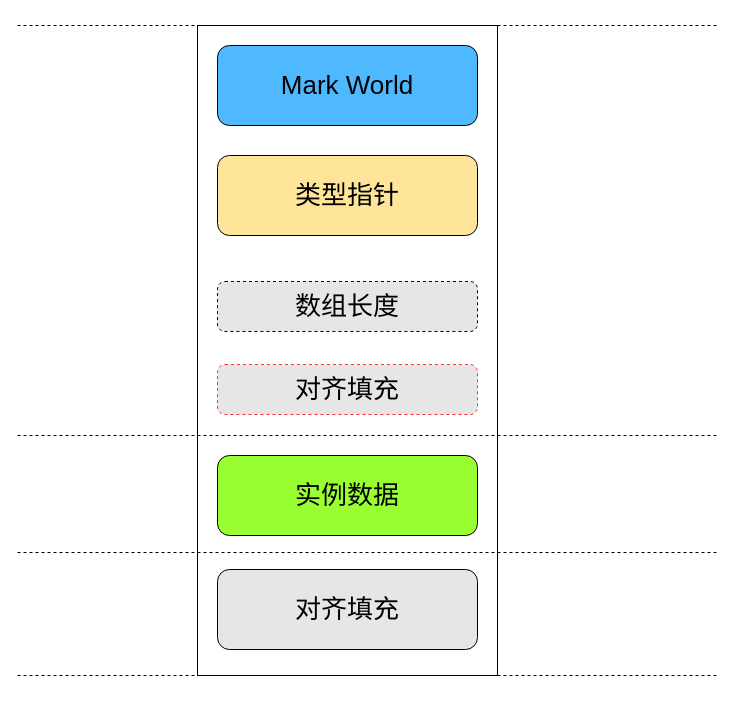
The draw.io diagram drawio/Java内存模型.drawio in JavaFamilyClub/assets, before the edit. Source tidied: cells renumbered, new cells numbered last; positions are measured from the earlier drawing's top-left corner, leaving out a move shared by most shapes. Both pictures are drawn from the tidied source at 100%, with x=0, y=0 at pixel (17, 25).
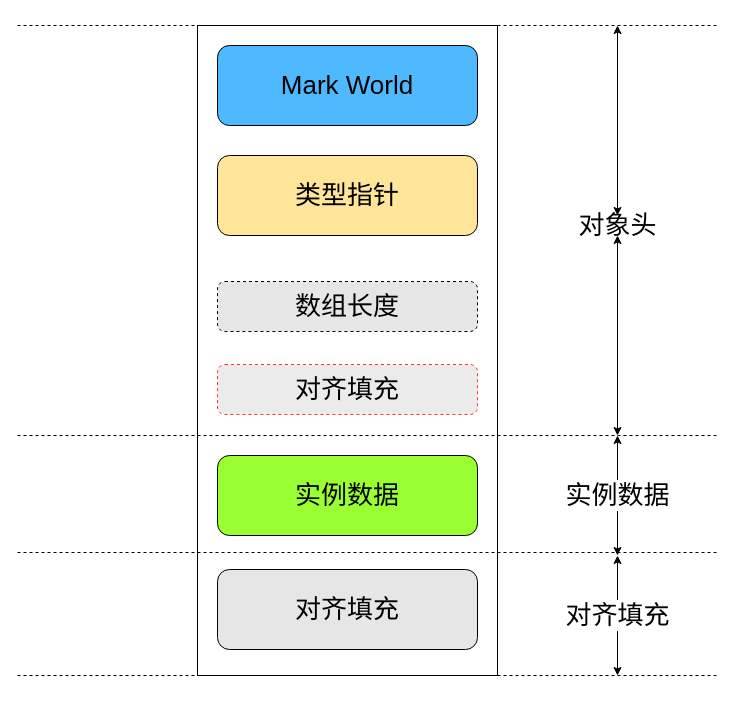
Above is the later version.

Commit message:
已添加 Java内存模型.drawio

What changed in the source:
```diff
@@
-    <mxCell id="4" value="&lt;font style=&quot;font-size: 26px&quot;&gt;对齐填充&lt;br&gt;&lt;/font&gt;" style="rounded=1;whiteSpace=wrap;html=1;dashed=1;strokeColor=#FF3333;fillColor=#E6E6E6;" parent="1" vertex="1">
+    <mxCell id="4" value="&lt;font style=&quot;font-size: 26px&quot;&gt;对齐填充&lt;br&gt;&lt;/font&gt;" style="rounded=1;whiteSpace=wrap;html=1;dashed=1;strokeColor=#FF3333;fillColor=#EBEBEB;" parent="1" vertex="1">
       <mxGeometry x="200" y="339" width="260" height="50" as="geometry" />
     </mxCell>
@@
+    <mxCell id="14" style="endArrow=classic;startArrow=classic;html=1;" parent="1" edge="1" source="15">
+      <mxGeometry relative="1" as="geometry">
+        <mxPoint x="600" as="targetPoint" />
+      </mxGeometry>
+    </mxCell>
+    <mxCell id="15" value="&lt;font style=&quot;font-size: 26px&quot;&gt;对象头&lt;/font&gt;" style="text;html=1;align=center;verticalAlign=middle;points=[];" parent="1" vertex="1">
+      <mxGeometry x="555" y="190" width="90" height="20" as="geometry" />
+    </mxCell>
+    <mxCell id="16" style="endArrow=classic;startArrow=classic;html=1;" parent="1" edge="1" target="15">
+      <mxGeometry relative="1" as="geometry">
+        <mxPoint x="600" y="410" as="sourcePoint" />
+      </mxGeometry>
+    </mxCell>
+    <mxCell id="17" value="&lt;font style=&quot;font-size: 26px&quot;&gt;实例数据&lt;/font&gt;" style="endArrow=classic;startArrow=classic;html=1;" parent="1" edge="1">
+      <mxGeometry relative="1" as="geometry">
+        <mxPoint x="600" y="530" as="sourcePoint" />
+        <mxPoint x="600" y="410" as="targetPoint" />
+      </mxGeometry>
+    </mxCell>
+    <mxCell id="18" value="&lt;font style=&quot;font-size: 26px&quot;&gt;对齐填充&lt;/font&gt;" style="endArrow=classic;startArrow=classic;html=1;" parent="1" edge="1">
+      <mxGeometry relative="1" as="geometry">
+        <mxPoint x="600" y="530" as="sourcePoint" />
+        <mxPoint x="600" y="650" as="targetPoint" />
+      </mxGeometry>
+    </mxCell>
```
